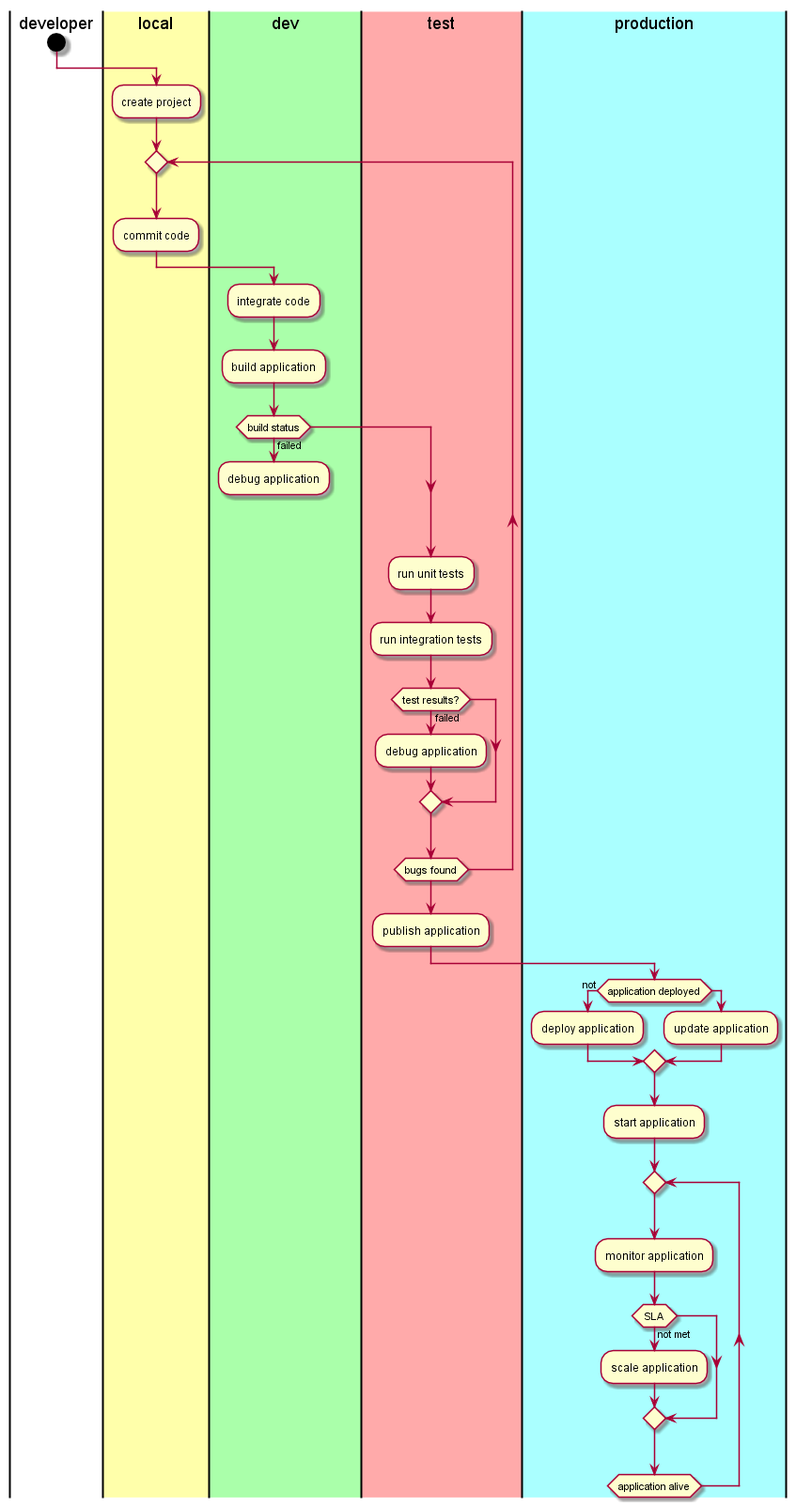
The PlantUML diagram docs/Solution/Process.png in CAADE/CAADE, before a commit.
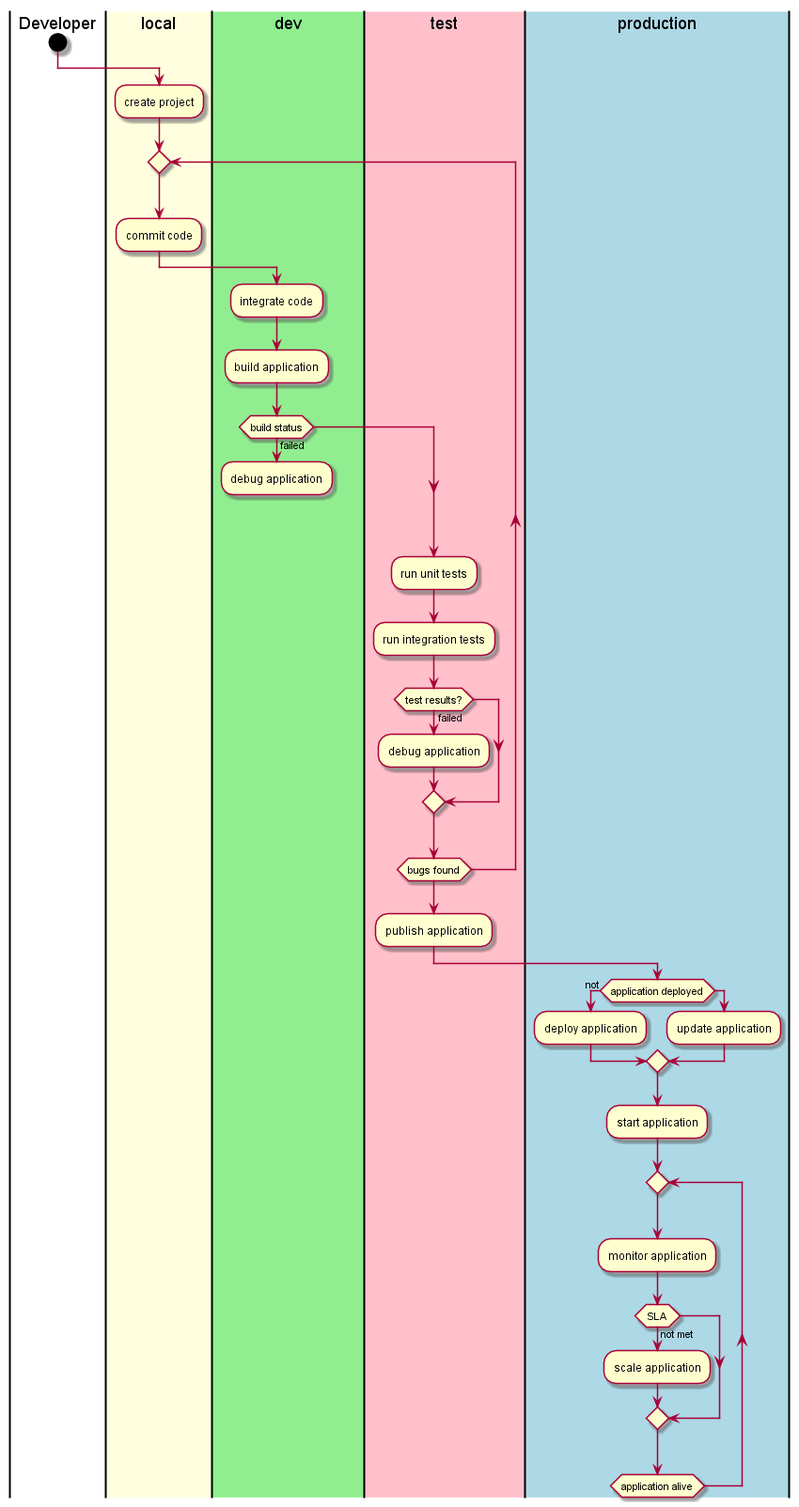
The same diagram one commit later.

What changed in the source:
```diff
@@ -1,18 +1,18 @@
 @startuml
-|developer|
+|Developer|
 start
-|#ffffaa|local|
+|#lightyellow|local|
         :create project;
         repeat
         :commit code;
-|#aaffaa|dev|
+|#lightgreen|dev|
         :integrate code;
         :build application;
         if(build status) then (failed)
             :debug application;
             detach
         endif
-|#ffaaaa|test|
+|#pink|test|
         :run unit tests;
         :run integration tests;
         if(test results?) then (failed)
@@ -20,7 +20,7 @@
         endif
         repeat while(bugs found)
         :publish application;
-|#aaffff|production|
+|#lightblue|production|
         if(application deployed) then (not)
             :deploy application;
         else
```
